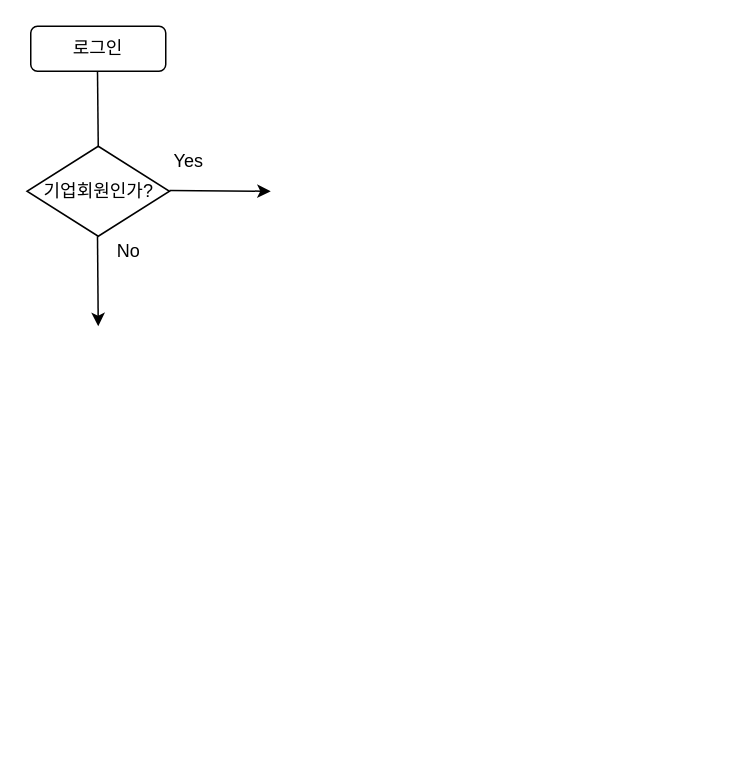
The draw.io diagram 비즈니스나우 비즈니스.drawio in Lucidhomme/TIL, before the edit. Source tidied: cells renumbered, new cells numbered last; positions are measured from the earlier drawing's top-left corner, leaving out a move shared by most shapes. Both pictures are drawn from the tidied source at 150%, with x=0, y=0 at pixel (27, 26).
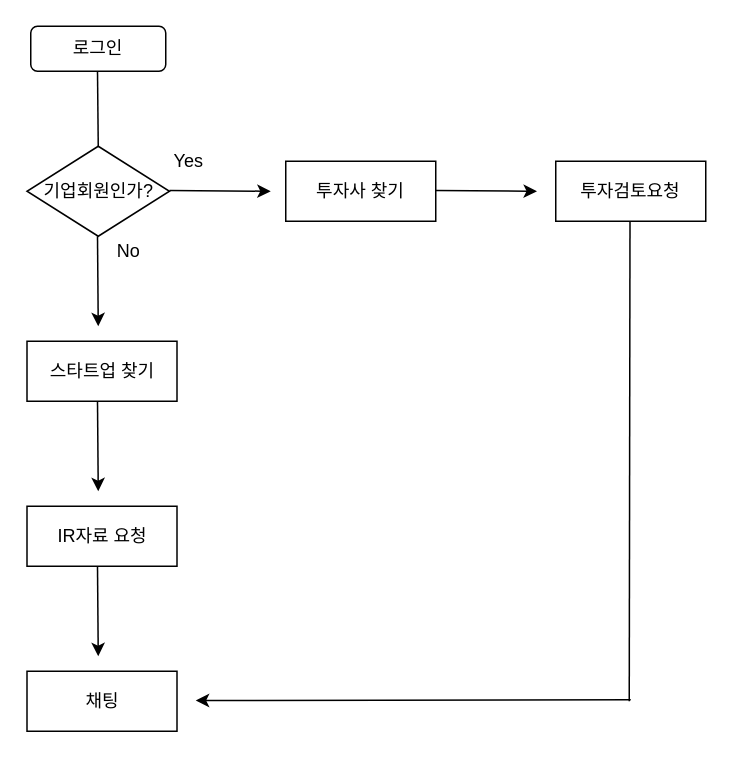
The same page after the edit.

Commit message (it also covers changes not shown here):
Update 비즈니스나우 비즈니스.drawio

What changed in the source:
```diff
@@
+    <mxCell id="9" value="투자사 찾기" style="rounded=0;whiteSpace=wrap;html=1;" parent="1" vertex="1">
+      <mxGeometry x="172" y="90" width="100" height="40" as="geometry" />
+    </mxCell>
+    <mxCell id="10" value="스타트업 찾기" style="rounded=0;whiteSpace=wrap;html=1;" parent="1" vertex="1">
+      <mxGeometry x="-0.5" y="210" width="100" height="40" as="geometry" />
+    </mxCell>
+    <mxCell id="11" style="endArrow=classic;html=1;" parent="1" edge="1">
+      <mxGeometry relative="1" as="geometry">
+        <mxPoint x="46.5" y="250" as="sourcePoint" />
+        <mxPoint x="47" y="310" as="targetPoint" />
+      </mxGeometry>
+    </mxCell>
+    <mxCell id="12" value="IR자료 요청" style="rounded=0;whiteSpace=wrap;html=1;" parent="1" vertex="1">
+      <mxGeometry x="-0.5" y="320" width="100" height="40" as="geometry" />
+    </mxCell>
+    <mxCell id="13" style="endArrow=classic;html=1;" parent="1" edge="1">
+      <mxGeometry relative="1" as="geometry">
+        <mxPoint x="46.5" y="360" as="sourcePoint" />
+        <mxPoint x="47" y="420" as="targetPoint" />
+      </mxGeometry>
+    </mxCell>
+    <mxCell id="14" value="채팅" style="rounded=0;whiteSpace=wrap;html=1;" parent="1" vertex="1">
+      <mxGeometry x="-0.5" y="430" width="100" height="40" as="geometry" />
+    </mxCell>
+    <mxCell id="15" style="endArrow=classic;html=1;" parent="1" edge="1">
+      <mxGeometry relative="1" as="geometry">
+        <mxPoint x="272" y="109.5" as="sourcePoint" />
+        <mxPoint x="339.5" y="110" as="targetPoint" />
+      </mxGeometry>
+    </mxCell>
+    <mxCell id="16" value="투자검토요청" style="rounded=0;whiteSpace=wrap;html=1;" parent="1" vertex="1">
+      <mxGeometry x="352" y="90" width="100" height="40" as="geometry" />
+    </mxCell>
+    <mxCell id="17" style="endArrow=classic;html=1;" parent="1" edge="1">
+      <mxGeometry relative="1" as="geometry">
+        <mxPoint x="402" y="449" as="sourcePoint" />
+        <mxPoint x="112" y="449.5" as="targetPoint" />
+      </mxGeometry>
+    </mxCell>
+    <mxCell id="18" style="endArrow=none;html=1;" parent="1" edge="1">
+      <mxGeometry relative="1" as="geometry">
+        <mxPoint x="401" y="450" as="sourcePoint" />
+        <mxPoint x="401.5" y="130" as="targetPoint" />
+      </mxGeometry>
+    </mxCell>
```
